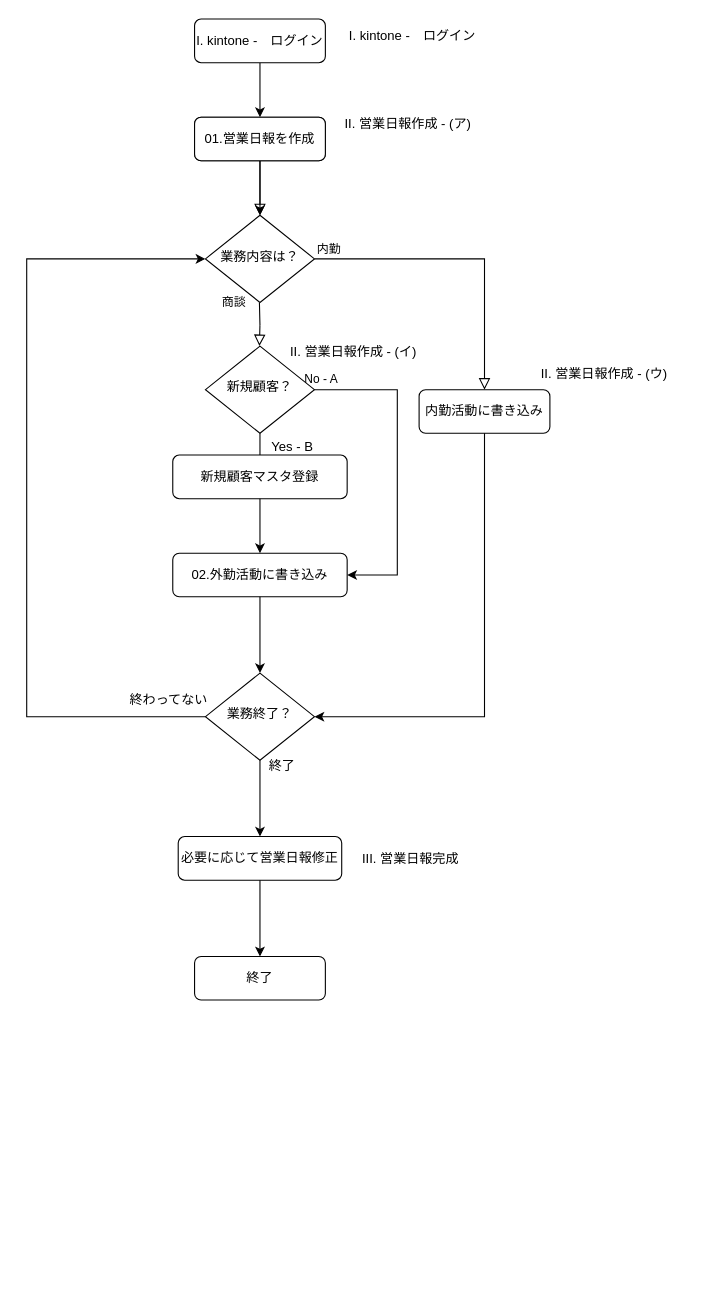
Before: kintone使用案_01.drawio in kss-kawashima/flow, a draw.io diagram. Source tidied: cells renumbered, new cells numbered last; positions are measured from the earlier drawing's top-left corner, leaving out a move shared by most shapes. Both pictures are drawn from the tidied source at 109%, with x=0, y=0 at pixel (26, 19).
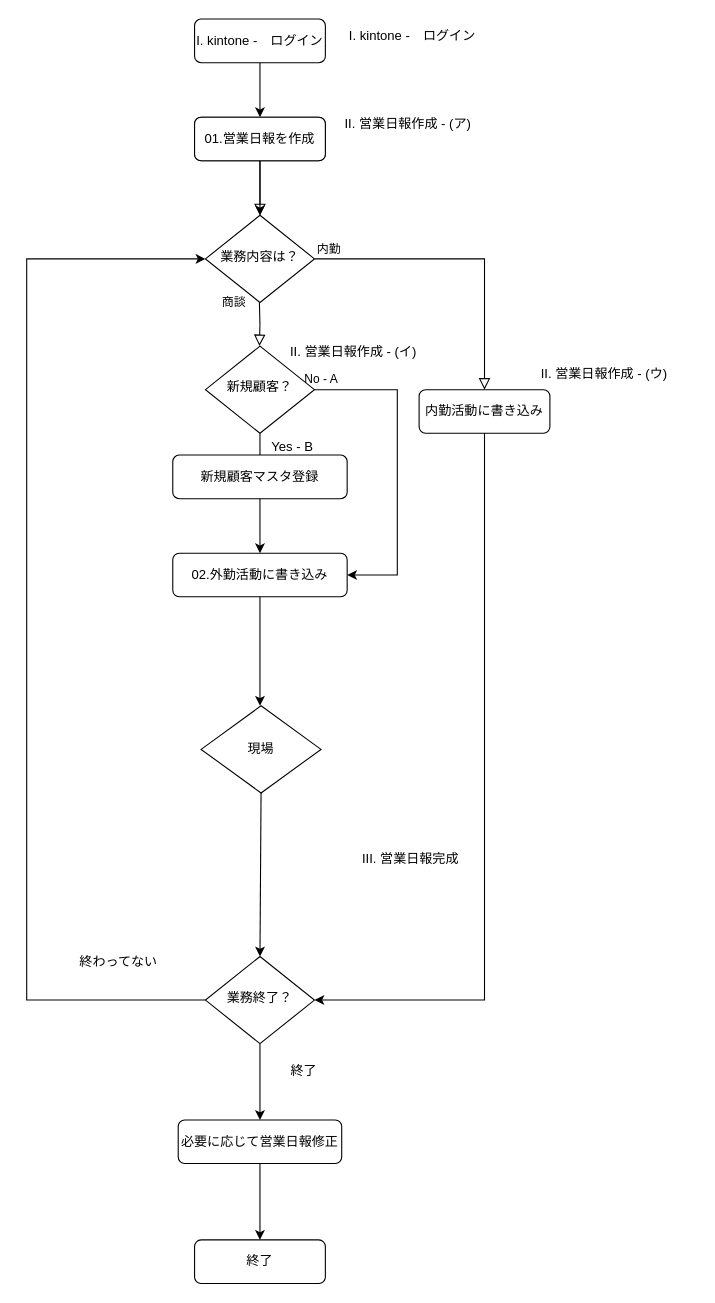
After the change.

Commit message:
kintone使用案_01.drawio を更新します

Unchanged cells that the change refers to:
```xml
<mxCell id="7" value="業務内容は？" style="rhombus;whiteSpace=wrap;html=1;shadow=0;fontFamily=Helvetica;fontSize=12;align=center;strokeWidth=1;spacing=6;spacingTop=-4;" parent="1" vertex="1">
  <mxGeometry x="164" y="180" width="100" height="80" as="geometry" />
</mxCell>
<mxCell id="8" value="内勤活動に書き込み" style="rounded=1;whiteSpace=wrap;html=1;fontSize=12;glass=0;strokeWidth=1;shadow=0;" parent="1" vertex="1">
  <mxGeometry x="360" y="340" width="120" height="40" as="geometry" />
</mxCell>
<mxCell id="10" value="02.外勤活動に書き込み" style="rounded=1;whiteSpace=wrap;html=1;fontSize=12;glass=0;strokeWidth=1;shadow=0;" parent="1" vertex="1">
  <mxGeometry x="134" y="490" width="160" height="40" as="geometry" />
</mxCell>
```

Change to the diagram source:
```diff
@@
     <mxCell id="9" value="必要に応じて営業日報修正" style="rounded=1;whiteSpace=wrap;html=1;fontSize=12;glass=0;strokeWidth=1;shadow=0;" parent="1" vertex="1">
-      <mxGeometry x="139" y="750" width="150" height="40" as="geometry" />
+      <mxGeometry x="139" y="1010" width="150" height="40" as="geometry" />
     </mxCell>
@@
     <mxCell id="16" value="業務終了？" style="rhombus;whiteSpace=wrap;html=1;shadow=0;fontFamily=Helvetica;fontSize=12;align=center;strokeWidth=1;spacing=6;spacingTop=-4;" parent="1" vertex="1">
-      <mxGeometry x="164" y="600" width="100" height="80" as="geometry" />
+      <mxGeometry x="164" y="860" width="100" height="80" as="geometry" />
     </mxCell>
     <mxCell id="17" style="endArrow=classic;html=1;rounded=0;exitX=0.5;exitY=1;exitDx=0;exitDy=0;entryX=1;entryY=0.5;entryDx=0;entryDy=0;" parent="1" edge="1" source="8" target="16">
       <mxGeometry relative="1" as="geometry">
         <Array as="points">
-          <mxPoint x="420" y="640" />
+          <mxPoint x="420" y="900" />
         </Array>
       </mxGeometry>
     </mxCell>
@@
     <mxCell id="19" value="終了" style="text;html=1;align=center;verticalAlign=middle;strokeColor=none;fillColor=none;" parent="1" vertex="1">
-      <mxGeometry x="209" y="670" width="50" height="30" as="geometry" />
+      <mxGeometry x="229" y="950" width="50" height="30" as="geometry" />
     </mxCell>
     <mxCell id="20" style="endArrow=classic;html=1;rounded=0;exitX=0;exitY=0.5;exitDx=0;exitDy=0;entryX=0;entryY=0.5;entryDx=0;entryDy=0;" parent="1" edge="1" source="16" target="7">
       <mxGeometry relative="1" as="geometry">
         <Array as="points">
-          <mxPoint y="640" />
+          <mxPoint y="900" />
           <mxPoint y="220" />
         </Array>
       </mxGeometry>
     </mxCell>
     <mxCell id="21" value="終わってない" style="text;html=1;align=center;verticalAlign=middle;strokeColor=none;fillColor=none;" parent="1" vertex="1">
-      <mxGeometry x="80" y="610" width="100" height="30" as="geometry" />
+      <mxGeometry x="34" y="850" width="100" height="30" as="geometry" />
     </mxCell>
@@
     <mxCell id="23" value="終了" style="rounded=1;whiteSpace=wrap;html=1;fontSize=12;glass=0;strokeWidth=1;shadow=0;" parent="1" vertex="1">
-      <mxGeometry x="154" y="860" width="120" height="40" as="geometry" />
+      <mxGeometry x="154" y="1120" width="120" height="40" as="geometry" />
     </mxCell>
@@
-    <mxCell id="44" style="endArrow=classic;html=1;rounded=0;exitX=0.5;exitY=1;exitDx=0;exitDy=0;entryX=0.5;entryY=0;entryDx=0;entryDy=0;" parent="1" edge="1" source="10" target="16">
-      <mxGeometry relative="1" as="geometry" />
+    <mxCell id="44" style="endArrow=classic;html=1;rounded=0;exitX=0.5;exitY=1;exitDx=0;exitDy=0;" parent="1" edge="1" source="10">
+      <mxGeometry relative="1" as="geometry">
+        <mxPoint x="214" y="630" as="targetPoint" />
+      </mxGeometry>
     </mxCell>
@@
+    <mxCell id="50" value="現場" style="rhombus;whiteSpace=wrap;html=1;" parent="1" vertex="1">
+      <mxGeometry x="160" y="630" width="110" height="80" as="geometry" />
+    </mxCell>
+    <mxCell id="51" style="endArrow=classic;html=1;rounded=0;exitX=0.5;exitY=1;exitDx=0;exitDy=0;entryX=0.5;entryY=0;entryDx=0;entryDy=0;" parent="1" edge="1" source="50" target="16">
+      <mxGeometry relative="1" as="geometry" />
+    </mxCell>
```
